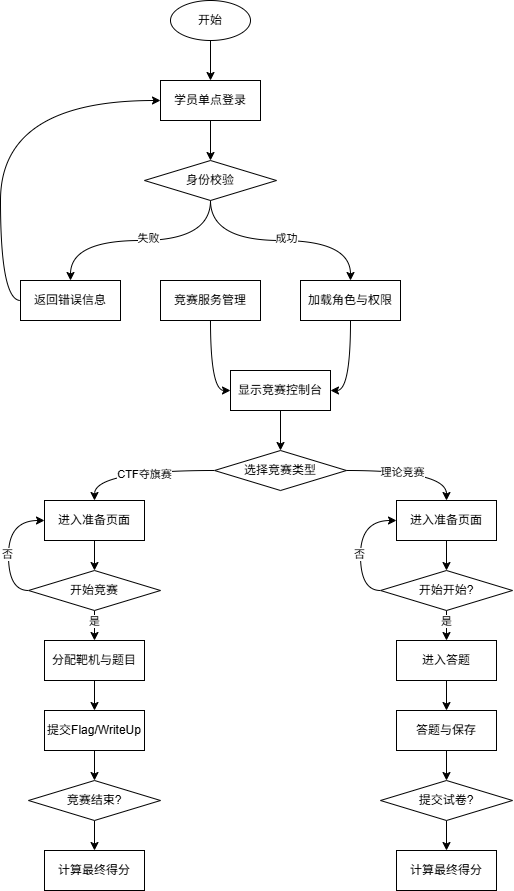
The draw.io diagram 竞赛一体化平台系统信息流程图.png in BlueTeethAC/drowIOWarehouse, before a commit. Source tidied: cells renumbered, new cells last; positions are measured from the earlier drawing's top-left corner, leaving out a move shared by most shapes.
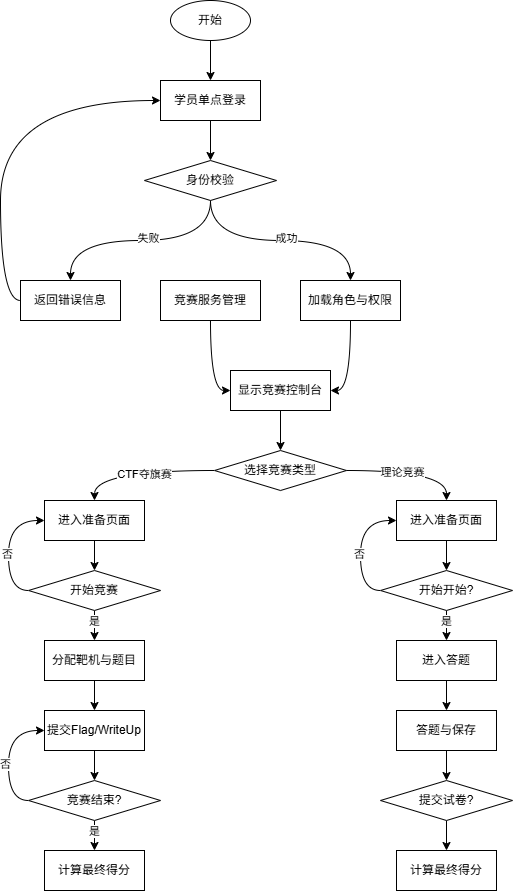
Above is the later version.

Commit message:
更新竞赛一体化平台系统信息流程图.png

Diff of the diagram source:
```diff
@@ -104,6 +104,15 @@
     <mxCell id="35" style="edgeStyle=orthogonalEdgeStyle;curved=1;rounded=0;jettySize=auto;html=1;exitX=0.5;exitY=1;exitDx=0;exitDy=0;entryX=0.5;entryY=0;entryDx=0;entryDy=0;" parent="1" edge="1" source="36" target="37">
       <mxGeometry relative="1" as="geometry" />
     </mxCell>
+    <mxCell id="52" value="是" style="edgeLabel;html=1;align=center;verticalAlign=middle;" parent="35" vertex="1">
+      <mxGeometry x="-0.27" relative="1" as="geometry" />
+    </mxCell>
+    <mxCell id="53" style="edgeStyle=orthogonalEdgeStyle;curved=1;rounded=0;jettySize=auto;html=1;exitX=0;exitY=0.5;exitDx=0;exitDy=0;entryX=0;entryY=0.5;entryDx=0;entryDy=0;" parent="1" edge="1" source="36" target="34">
+      <mxGeometry relative="1" as="geometry" />
+    </mxCell>
+    <mxCell id="54" value="否" style="edgeLabel;html=1;align=center;verticalAlign=middle;" parent="53" vertex="1">
+      <mxGeometry x="-0.1" y="3" relative="1" as="geometry" />
+    </mxCell>
     <mxCell id="36" value="竞赛结束?" style="rhombus;whiteSpace=wrap;html=1;" parent="1" vertex="1">
       <mxGeometry x="8" y="780" width="132" height="40" as="geometry" />
     </mxCell>
```
